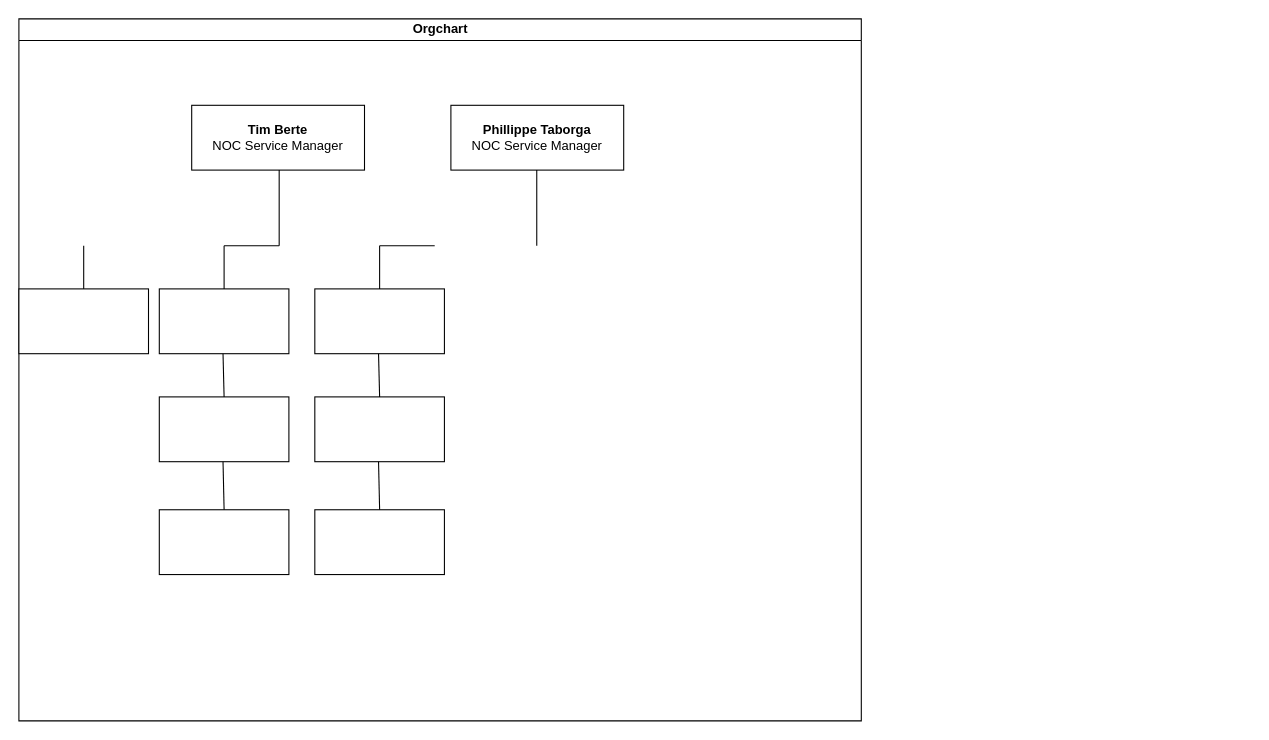
This is Untitled Diagram.drawio from tjberte/asystems, a draw.io file, before an edit. Source tidied: cells renumbered, new cells numbered last; positions are measured from the earlier drawing's top-left corner, leaving out a move shared by most shapes. Both pictures are drawn from the tidied source at 108%, with x=0, y=0 at pixel (18, 18).
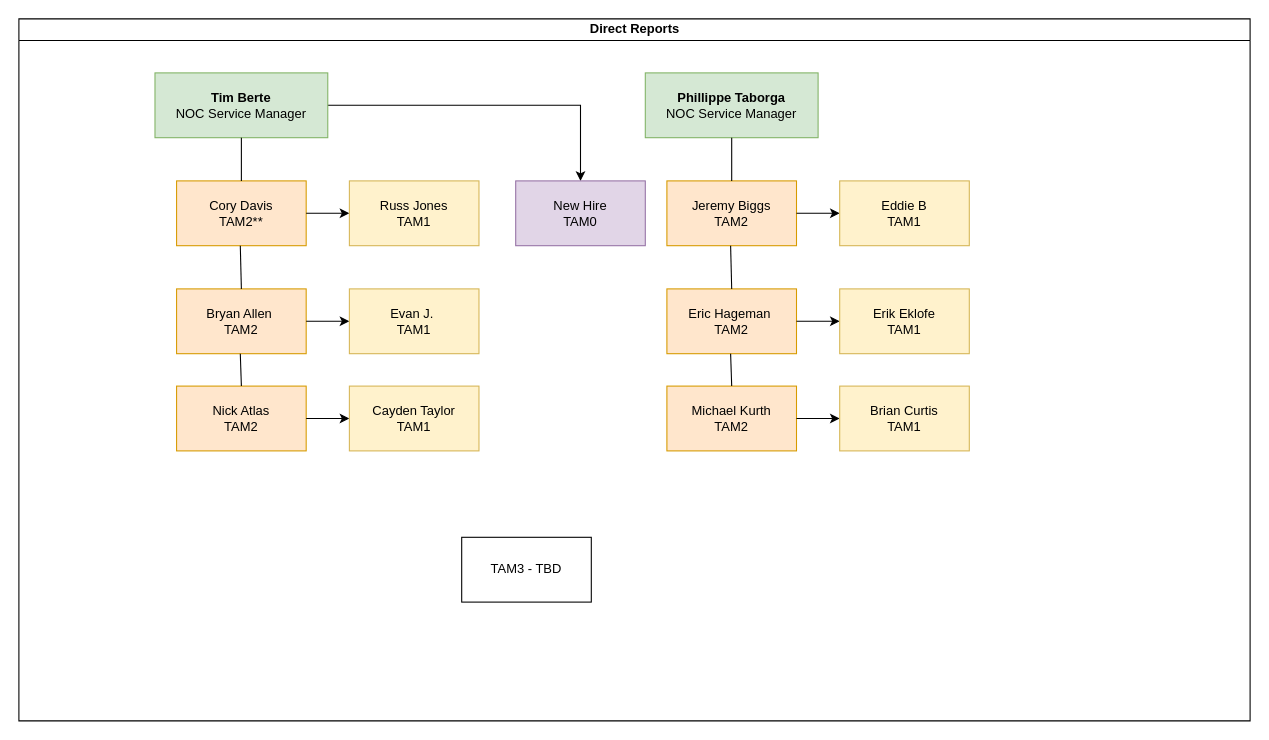
After the change.

What changed in the source:
```diff
@@
-    <mxCell id="2" value="Orgchart" style="swimlane;html=1;startSize=20;horizontal=1;containerType=tree;glass=0;" parent="1" vertex="1">
-      <mxGeometry width="780" height="650" as="geometry" />
+    <mxCell id="2" value="Direct Reports" style="swimlane;html=1;startSize=20;horizontal=1;containerType=tree;glass=0;" parent="1" vertex="1">
+      <mxGeometry width="1140" height="650" as="geometry" />
     </mxCell>
+    <mxCell id="23" style="edgeStyle=orthogonalEdgeStyle;rounded=0;jettySize=auto;html=1;exitX=0;exitY=0.5;exitDx=0;exitDy=0;entryX=0.5;entryY=0;entryDx=0;entryDy=0;" parent="2" edge="1" source="3" target="30">
+      <mxGeometry relative="1" as="geometry">
+        <Array as="points">
+          <mxPoint x="520" y="80" />
+          <mxPoint x="520" y="150" />
+        </Array>
+      </mxGeometry>
+    </mxCell>
-    <mxCell id="3" value="&lt;b&gt;Tim Berte&lt;br&gt;&lt;/b&gt;NOC Service Manager" style="rounded=0;whiteSpace=wrap;html=1;" parent="2" vertex="1">
-      <mxGeometry x="160" y="80" width="160" height="60" as="geometry" />
+    <mxCell id="3" value="&lt;b&gt;Tim Berte&lt;br&gt;&lt;/b&gt;NOC Service Manager" style="rounded=0;whiteSpace=wrap;html=1;fillColor=#d5e8d4;strokeColor=#82b366;" parent="2" vertex="1">
+      <mxGeometry x="126" y="50" width="160" height="60" as="geometry" />
     </mxCell>
-    <mxCell id="4" value="&lt;b&gt;Phillippe Taborga&lt;br&gt;&lt;/b&gt;NOC Service Manager" style="rounded=0;whiteSpace=wrap;html=1;" parent="2" vertex="1">
-      <mxGeometry x="400" y="80" width="160" height="60" as="geometry" />
-    </mxCell>
-    <mxCell id="5" style="endArrow=none;html=1;rounded=0;" parent="2" edge="1">
-      <mxGeometry relative="1" as="geometry">
-        <mxPoint x="241" y="210" as="sourcePoint" />
-        <mxPoint x="241" y="140" as="targetPoint" />
-      </mxGeometry>
-    </mxCell>
-    <mxCell id="6" style="endArrow=none;html=1;rounded=0;" parent="2" edge="1">
-      <mxGeometry relative="1" as="geometry">
-        <mxPoint x="479.5" y="210" as="sourcePoint" />
-        <mxPoint x="479.5" y="140" as="targetPoint" />
-      </mxGeometry>
-    </mxCell>
-    <mxCell id="7" style="rounded=0;whiteSpace=wrap;html=1;" parent="2" vertex="1">
-      <mxGeometry x="130" y="250" width="120" height="60" as="geometry" />
+    <mxCell id="7" value="Cory Davis&lt;br&gt;TAM2**" style="rounded=0;whiteSpace=wrap;html=1;fillColor=#ffe6cc;strokeColor=#d79b00;" parent="2" vertex="1">
+      <mxGeometry x="146" y="150" width="120" height="60" as="geometry" />
     </mxCell>
-    <mxCell id="8" style="endArrow=none;html=1;rounded=0;" parent="2" edge="1">
-      <mxGeometry relative="1" as="geometry">
-        <mxPoint x="190" y="210" as="sourcePoint" />
-        <mxPoint x="241" y="210" as="targetPoint" />
-      </mxGeometry>
-    </mxCell>
-    <mxCell id="9" style="endArrow=none;html=1;rounded=0;exitX=0.5;exitY=0;exitDx=0;exitDy=0;" parent="2" edge="1" source="7">
-      <mxGeometry relative="1" as="geometry">
-        <mxPoint x="190" y="210" as="targetPoint" />
-      </mxGeometry>
+    <mxCell id="9" style="endArrow=none;html=1;rounded=0;exitX=0.5;exitY=0;exitDx=0;exitDy=0;entryX=0.5;entryY=1;entryDx=0;entryDy=0;" parent="2" edge="1" source="7" target="3">
+      <mxGeometry relative="1" as="geometry" />
     </mxCell>
-    <mxCell id="10" style="rounded=0;whiteSpace=wrap;html=1;" parent="2" vertex="1">
-      <mxGeometry x="130" y="350" width="120" height="60" as="geometry" />
+    <mxCell id="10" value="Bryan Allen&amp;nbsp;&lt;br&gt;TAM2" style="rounded=0;whiteSpace=wrap;html=1;fillColor=#ffe6cc;strokeColor=#d79b00;" parent="2" vertex="1">
+      <mxGeometry x="146" y="250" width="120" height="60" as="geometry" />
     </mxCell>
-    <mxCell id="11" style="rounded=0;whiteSpace=wrap;html=1;" parent="2" vertex="1">
-      <mxGeometry x="130" y="454.5" width="120" height="60" as="geometry" />
+    <mxCell id="11" value="Nick Atlas&lt;br&gt;TAM2" style="rounded=0;whiteSpace=wrap;html=1;fillColor=#ffe6cc;strokeColor=#d79b00;" parent="2" vertex="1">
+      <mxGeometry x="146" y="340" width="120" height="60" as="geometry" />
     </mxCell>
     <mxCell id="12" style="endArrow=none;html=1;rounded=0;exitX=0.5;exitY=0;exitDx=0;exitDy=0;" parent="2" edge="1" source="10">
       <mxGeometry relative="1" as="geometry">
-        <mxPoint x="189" y="310" as="targetPoint" />
+        <mxPoint x="205" y="210" as="targetPoint" />
       </mxGeometry>
     </mxCell>
     <mxCell id="13" style="endArrow=none;html=1;rounded=0;exitX=0.5;exitY=0;exitDx=0;exitDy=0;" parent="2" edge="1" source="11">
       <mxGeometry relative="1" as="geometry">
-        <mxPoint x="189" y="410" as="targetPoint" />
+        <mxPoint x="205" y="310" as="targetPoint" />
       </mxGeometry>
     </mxCell>
-    <mxCell id="14" style="rounded=0;whiteSpace=wrap;html=1;" parent="2" vertex="1">
-      <mxGeometry x="274" y="250" width="120" height="60" as="geometry" />
-    </mxCell>
-    <mxCell id="15" style="endArrow=none;html=1;rounded=0;" parent="2" edge="1">
-      <mxGeometry relative="1" as="geometry">
-        <mxPoint x="334" y="210" as="sourcePoint" />
-        <mxPoint x="385" y="210" as="targetPoint" />
-      </mxGeometry>
-    </mxCell>
-    <mxCell id="16" style="endArrow=none;html=1;rounded=0;exitX=0.5;exitY=0;exitDx=0;exitDy=0;" parent="2" edge="1" source="14">
-      <mxGeometry relative="1" as="geometry">
-        <mxPoint x="334" y="210" as="targetPoint" />
-      </mxGeometry>
-    </mxCell>
-    <mxCell id="17" style="rounded=0;whiteSpace=wrap;html=1;" parent="2" vertex="1">
-      <mxGeometry x="274" y="350" width="120" height="60" as="geometry" />
-    </mxCell>
-    <mxCell id="18" style="rounded=0;whiteSpace=wrap;html=1;" parent="2" vertex="1">
-      <mxGeometry x="274" y="454.5" width="120" height="60" as="geometry" />
-    </mxCell>
-    <mxCell id="19" style="endArrow=none;html=1;rounded=0;exitX=0.5;exitY=0;exitDx=0;exitDy=0;" parent="2" edge="1" source="17">
-      <mxGeometry relative="1" as="geometry">
-        <mxPoint x="333" y="310" as="targetPoint" />
-      </mxGeometry>
-    </mxCell>
-    <mxCell id="20" style="endArrow=none;html=1;rounded=0;exitX=0.5;exitY=0;exitDx=0;exitDy=0;" parent="2" edge="1" source="18">
-      <mxGeometry relative="1" as="geometry">
-        <mxPoint x="333" y="410" as="targetPoint" />
-      </mxGeometry>
-    </mxCell>
-    <mxCell id="21" style="endArrow=none;html=1;rounded=0;" parent="2" edge="1" target="22">
-      <mxGeometry relative="1" as="geometry">
-        <mxPoint x="60" y="210" as="sourcePoint" />
-      </mxGeometry>
-    </mxCell>
-    <mxCell id="22" style="rounded=0;whiteSpace=wrap;html=1;" parent="2" vertex="1">
-      <mxGeometry y="250" width="120" height="60" as="geometry" />
-    </mxCell>
+    <mxCell id="24" style="edgeStyle=orthogonalEdgeStyle;rounded=0;jettySize=auto;html=1;" parent="2" edge="1" source="7" target="25">
+      <mxGeometry relative="1" as="geometry" />
+    </mxCell>
+    <mxCell id="25" value="Russ Jones&lt;br&gt;TAM1" style="rounded=0;whiteSpace=wrap;html=1;fillColor=#fff2cc;strokeColor=#d6b656;" parent="2" vertex="1">
+      <mxGeometry x="306" y="150" width="120" height="60" as="geometry" />
+    </mxCell>
+    <mxCell id="26" style="edgeStyle=orthogonalEdgeStyle;rounded=0;jettySize=auto;html=1;" parent="2" edge="1" source="10" target="27">
+      <mxGeometry relative="1" as="geometry" />
+    </mxCell>
+    <mxCell id="27" value="Evan J.&amp;nbsp;&lt;br&gt;TAM1" style="rounded=0;whiteSpace=wrap;html=1;fillColor=#fff2cc;strokeColor=#d6b656;" parent="2" vertex="1">
+      <mxGeometry x="306" y="250" width="120" height="60" as="geometry" />
+    </mxCell>
+    <mxCell id="28" style="edgeStyle=orthogonalEdgeStyle;rounded=0;jettySize=auto;html=1;" parent="2" edge="1" source="11" target="29">
+      <mxGeometry relative="1" as="geometry" />
+    </mxCell>
+    <mxCell id="29" value="Cayden Taylor&lt;br&gt;TAM1" style="rounded=0;whiteSpace=wrap;html=1;fillColor=#fff2cc;strokeColor=#d6b656;" parent="2" vertex="1">
+      <mxGeometry x="306" y="340" width="120" height="60" as="geometry" />
+    </mxCell>
+    <mxCell id="30" value="New Hire&lt;br&gt;TAM0" style="rounded=0;whiteSpace=wrap;html=1;fillColor=#e1d5e7;strokeColor=#9673a6;" parent="2" vertex="1">
+      <mxGeometry x="460" y="150" width="120" height="60" as="geometry" />
+    </mxCell>
+    <mxCell id="4" value="&lt;b&gt;Phillippe Taborga&lt;br&gt;&lt;/b&gt;NOC Service Manager" style="rounded=0;whiteSpace=wrap;html=1;fillColor=#d5e8d4;strokeColor=#82b366;" parent="2" vertex="1">
+      <mxGeometry x="580" y="50" width="160" height="60" as="geometry" />
+    </mxCell>
+    <mxCell id="31" value="Jeremy Biggs&lt;br&gt;TAM2" style="rounded=0;whiteSpace=wrap;html=1;fillColor=#ffe6cc;strokeColor=#d79b00;" parent="2" vertex="1">
+      <mxGeometry x="600" y="150" width="120" height="60" as="geometry" />
+    </mxCell>
+    <mxCell id="32" style="endArrow=none;html=1;rounded=0;exitX=0.5;exitY=0;exitDx=0;exitDy=0;entryX=0.5;entryY=1;entryDx=0;entryDy=0;" parent="2" edge="1" source="31" target="4">
+      <mxGeometry relative="1" as="geometry" />
+    </mxCell>
+    <mxCell id="33" value="Eric Hageman&amp;nbsp;&lt;br&gt;TAM2" style="rounded=0;whiteSpace=wrap;html=1;fillColor=#ffe6cc;strokeColor=#d79b00;" parent="2" vertex="1">
+      <mxGeometry x="600" y="250" width="120" height="60" as="geometry" />
+    </mxCell>
+    <mxCell id="34" value="Michael Kurth&lt;br&gt;TAM2" style="rounded=0;whiteSpace=wrap;html=1;fillColor=#ffe6cc;strokeColor=#d79b00;" parent="2" vertex="1">
+      <mxGeometry x="600" y="340" width="120" height="60" as="geometry" />
+    </mxCell>
+    <mxCell id="35" style="endArrow=none;html=1;rounded=0;exitX=0.5;exitY=0;exitDx=0;exitDy=0;" parent="2" edge="1" source="33">
+      <mxGeometry relative="1" as="geometry">
+        <mxPoint x="659" y="210" as="targetPoint" />
+      </mxGeometry>
+    </mxCell>
+    <mxCell id="36" style="endArrow=none;html=1;rounded=0;exitX=0.5;exitY=0;exitDx=0;exitDy=0;" parent="2" edge="1" source="34">
+      <mxGeometry relative="1" as="geometry">
+        <mxPoint x="659" y="310" as="targetPoint" />
+      </mxGeometry>
+    </mxCell>
+    <mxCell id="37" style="edgeStyle=orthogonalEdgeStyle;rounded=0;jettySize=auto;html=1;" parent="2" edge="1" source="31" target="38">
+      <mxGeometry relative="1" as="geometry" />
+    </mxCell>
+    <mxCell id="38" value="Eddie B&lt;br&gt;TAM1" style="rounded=0;whiteSpace=wrap;html=1;fillColor=#fff2cc;strokeColor=#d6b656;" parent="2" vertex="1">
+      <mxGeometry x="760" y="150" width="120" height="60" as="geometry" />
+    </mxCell>
+    <mxCell id="39" style="edgeStyle=orthogonalEdgeStyle;rounded=0;jettySize=auto;html=1;" parent="2" edge="1" source="33" target="40">
+      <mxGeometry relative="1" as="geometry" />
+    </mxCell>
+    <mxCell id="40" value="Erik Eklofe&lt;br&gt;TAM1" style="rounded=0;whiteSpace=wrap;html=1;fillColor=#fff2cc;strokeColor=#d6b656;" parent="2" vertex="1">
+      <mxGeometry x="760" y="250" width="120" height="60" as="geometry" />
+    </mxCell>
+    <mxCell id="41" style="edgeStyle=orthogonalEdgeStyle;rounded=0;jettySize=auto;html=1;" parent="2" edge="1" source="34" target="42">
+      <mxGeometry relative="1" as="geometry" />
+    </mxCell>
+    <mxCell id="42" value="Brian Curtis&lt;br&gt;TAM1" style="rounded=0;whiteSpace=wrap;html=1;fillColor=#fff2cc;strokeColor=#d6b656;" parent="2" vertex="1">
+      <mxGeometry x="760" y="340" width="120" height="60" as="geometry" />
+    </mxCell>
+    <mxCell id="43" value="TAM3 - TBD" style="rounded=0;whiteSpace=wrap;html=1;" parent="2" vertex="1">
+      <mxGeometry x="410" y="480" width="120" height="60" as="geometry" />
+    </mxCell>
```
